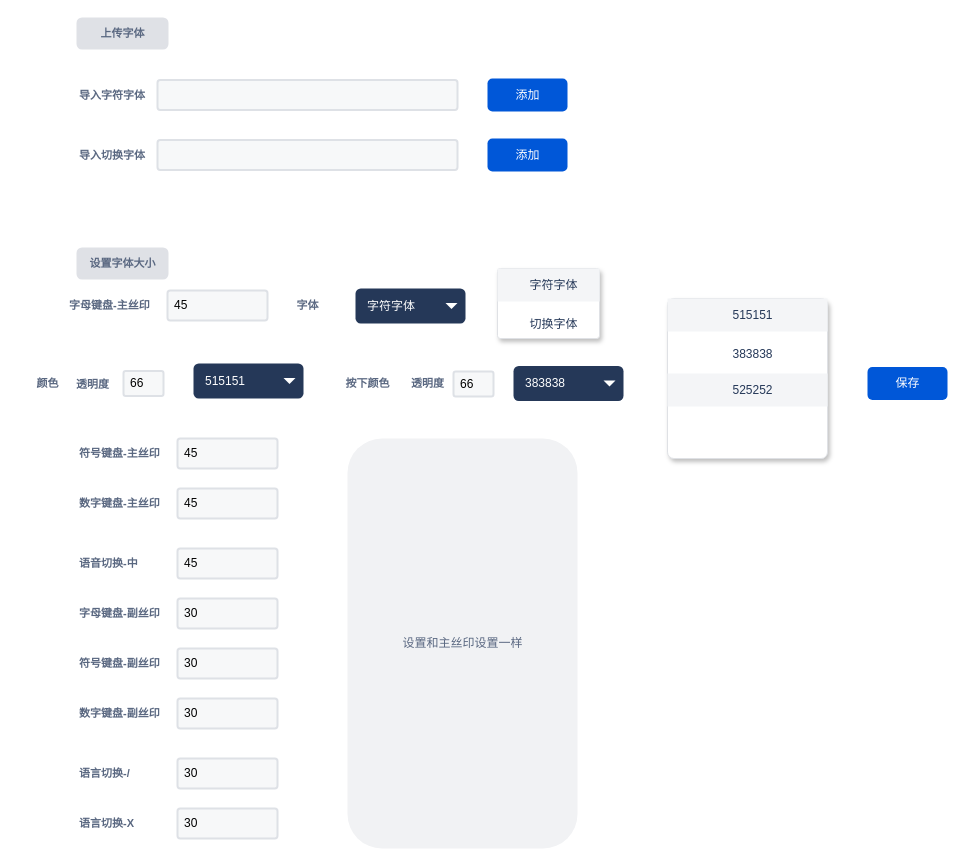
Above: drawio/字体设置.drawio in chonglv/charts (draw.io), before the change. Source tidied: cells renumbered, new cells numbered last; positions are measured from the earlier drawing's top-left corner, leaving out a move shared by most shapes. Both pictures are drawn from the tidied source at 100%, with x=0, y=0 at pixel (17, 18).
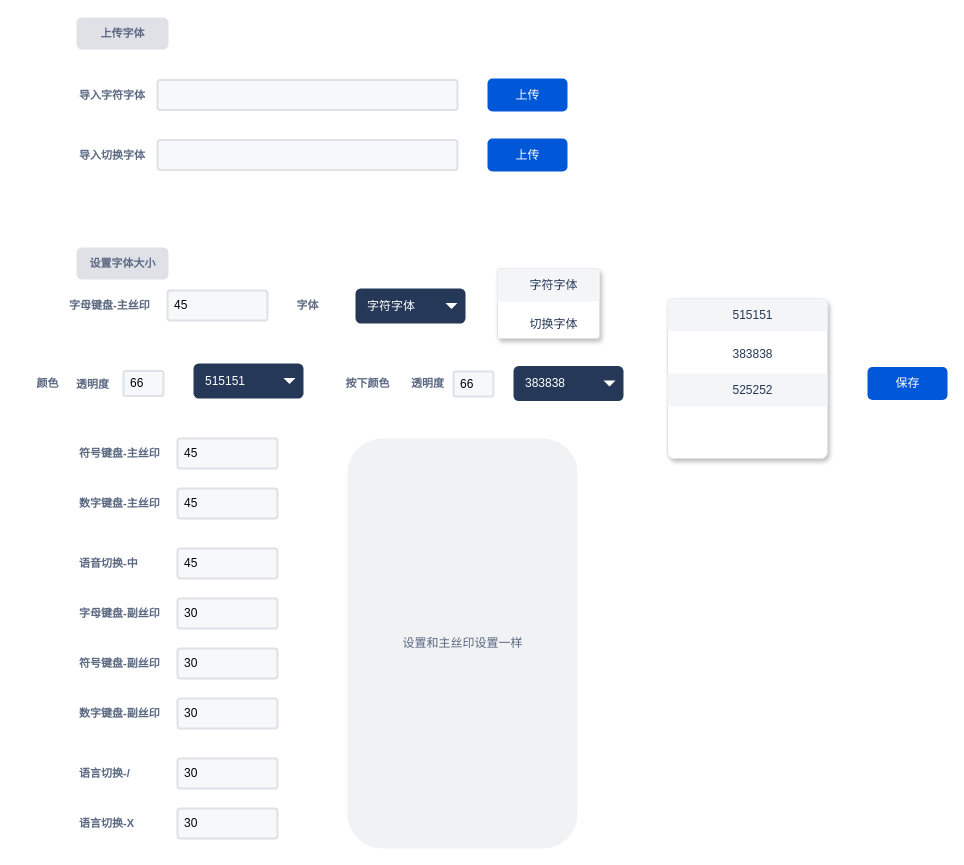
The same diagram, later.

Commit message:
更新字体设置.drawio

Change to the diagram source:
```diff
@@
-    <mxCell id="4" value="添加" style="rounded=1;fillColor=#0057D8;align=center;strokeColor=none;html=1;fontColor=#ffffff;fontSize=12;" parent="1" vertex="1">
+    <mxCell id="4" value="上传" style="rounded=1;fillColor=#0057D8;align=center;strokeColor=none;html=1;fontColor=#ffffff;fontSize=12;" parent="1" vertex="1">
       <mxGeometry x="470" y="60" width="80" height="33" as="geometry" />
     </mxCell>
@@
-    <mxCell id="6" value="添加" style="rounded=1;fillColor=#0057D8;align=center;strokeColor=none;html=1;fontColor=#ffffff;fontSize=12;" parent="1" vertex="1">
+    <mxCell id="6" value="上传" style="rounded=1;fillColor=#0057D8;align=center;strokeColor=none;html=1;fontColor=#ffffff;fontSize=12;" parent="1" vertex="1">
       <mxGeometry x="470" y="120" width="80" height="33" as="geometry" />
     </mxCell>
```
